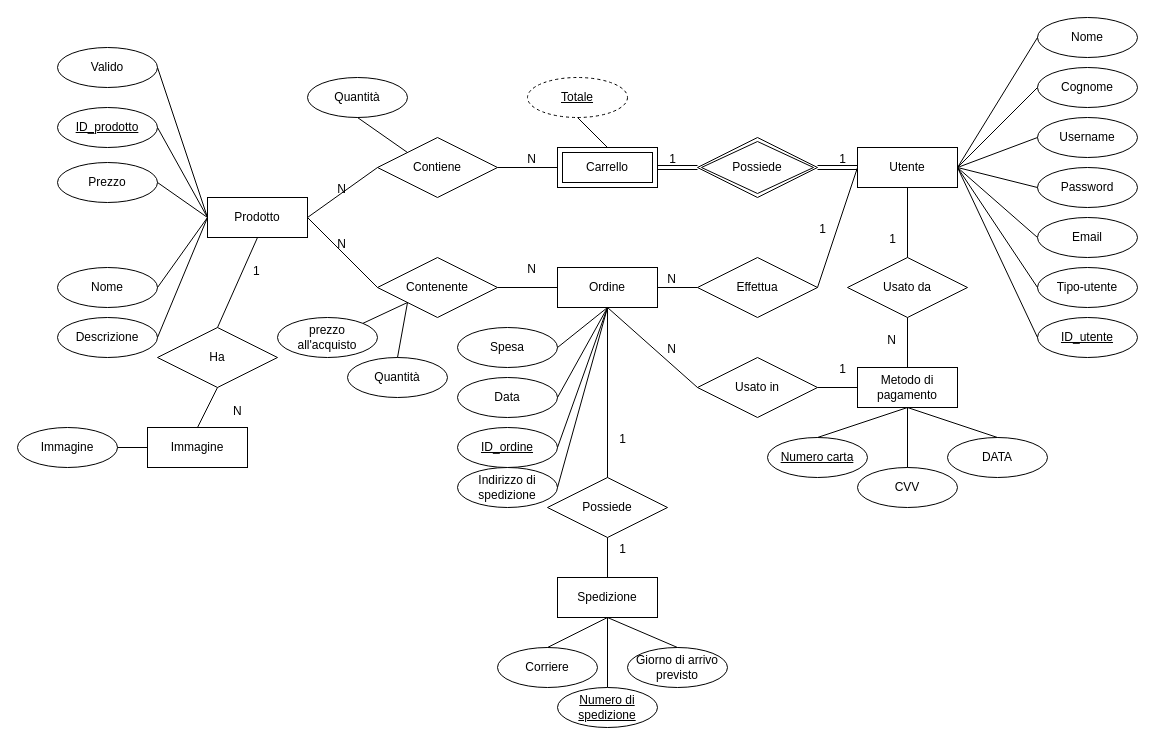
superfra01/GourmetSpices keeps this draw.io diagram as BD/GourmetSpices.drawio. Above is the earlier version. Source tidied: cells renumbered, new cells numbered last; positions are measured from the earlier drawing's top-left corner, leaving out a move shared by most shapes. Both pictures are drawn from the tidied source at 100%, with x=0, y=0 at pixel (17, 17).
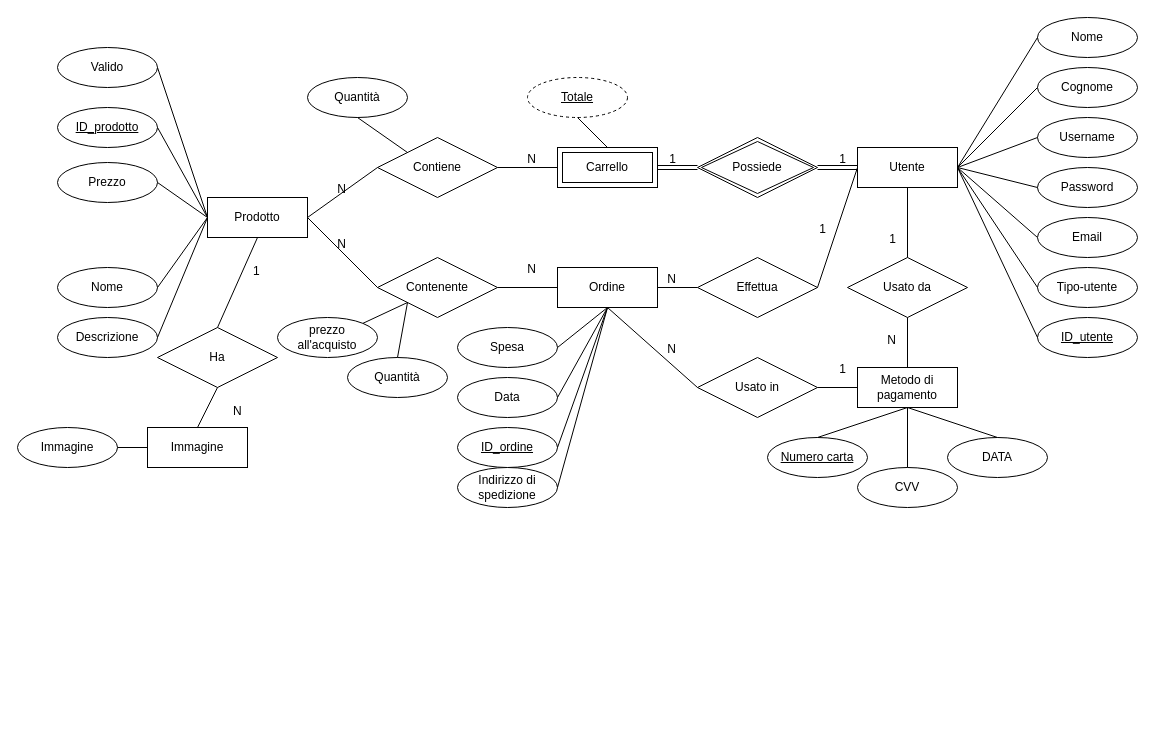
The same page after the edit.

Unchanged cells that the change refers to:
```xml
<mxCell id="29" value="Ordine" style="whiteSpace=wrap;html=1;align=center;" parent="1" vertex="1">
  <mxGeometry x="540" y="250" width="100" height="40" as="geometry" />
</mxCell>
```

What changed in the source:
```diff
@@
-    <mxCell id="66" value="Spedizione" style="whiteSpace=wrap;html=1;align=center;" parent="1" vertex="1">
-      <mxGeometry x="540" y="560" width="100" height="40" as="geometry" />
-    </mxCell>
-    <mxCell id="67" value="Possiede" style="shape=rhombus;perimeter=rhombusPerimeter;whiteSpace=wrap;html=1;align=center;" parent="1" vertex="1">
-      <mxGeometry x="530" y="460" width="120" height="60" as="geometry" />
-    </mxCell>
-    <mxCell id="68" style="endArrow=none;html=1;rounded=0;exitX=0.5;exitY=1;exitDx=0;exitDy=0;entryX=0.5;entryY=0;entryDx=0;entryDy=0;" parent="1" edge="1" source="29" target="67">
-      <mxGeometry relative="1" as="geometry" />
-    </mxCell>
-    <mxCell id="69" value="1" style="html=1;whiteSpace=wrap;align=right;verticalAlign=bottom;" parent="68" vertex="1">
-      <mxGeometry x="1" relative="1" as="geometry">
-        <mxPoint x="20" y="-30" as="offset" />
-      </mxGeometry>
-    </mxCell>
-    <mxCell id="70" style="endArrow=none;html=1;rounded=0;exitX=0.5;exitY=1;exitDx=0;exitDy=0;entryX=0.5;entryY=0;entryDx=0;entryDy=0;" parent="1" edge="1" source="67" target="66">
-      <mxGeometry relative="1" as="geometry" />
-    </mxCell>
-    <mxCell id="71" value="1" style="html=1;whiteSpace=wrap;align=right;verticalAlign=bottom;" parent="70" vertex="1">
-      <mxGeometry x="1" relative="1" as="geometry">
-        <mxPoint x="20" y="-20" as="offset" />
-      </mxGeometry>
-    </mxCell>
-    <mxCell id="72" value="Corriere" style="ellipse;whiteSpace=wrap;html=1;align=center;" parent="1" vertex="1">
-      <mxGeometry x="480" y="630" width="100" height="40" as="geometry" />
-    </mxCell>
-    <mxCell id="73" value="Giorno di arrivo previsto" style="ellipse;whiteSpace=wrap;html=1;align=center;" parent="1" vertex="1">
-      <mxGeometry x="610" y="630" width="100" height="40" as="geometry" />
-    </mxCell>
-    <mxCell id="74" style="endArrow=none;html=1;rounded=0;exitX=0.5;exitY=1;exitDx=0;exitDy=0;entryX=0.5;entryY=0;entryDx=0;entryDy=0;" parent="1" edge="1" source="66" target="72">
-      <mxGeometry relative="1" as="geometry" />
-    </mxCell>
-    <mxCell id="75" style="endArrow=none;html=1;rounded=0;exitX=0.5;exitY=0;exitDx=0;exitDy=0;entryX=0.5;entryY=1;entryDx=0;entryDy=0;" parent="1" edge="1" source="73" target="66">
-      <mxGeometry relative="1" as="geometry" />
-    </mxCell>
-    <mxCell id="76" style="endArrow=none;html=1;rounded=0;exitX=0.5;exitY=1;exitDx=0;exitDy=0;entryX=0.5;entryY=0;entryDx=0;entryDy=0;" parent="1" edge="1" source="66" target="87">
-      <mxGeometry relative="1" as="geometry" />
-    </mxCell>
@@
-    <mxCell id="87" value="Numero di spedizione" style="ellipse;whiteSpace=wrap;html=1;align=center;fontStyle=4;" parent="1" vertex="1">
-      <mxGeometry x="540" y="670" width="100" height="40" as="geometry" />
-    </mxCell>
```
